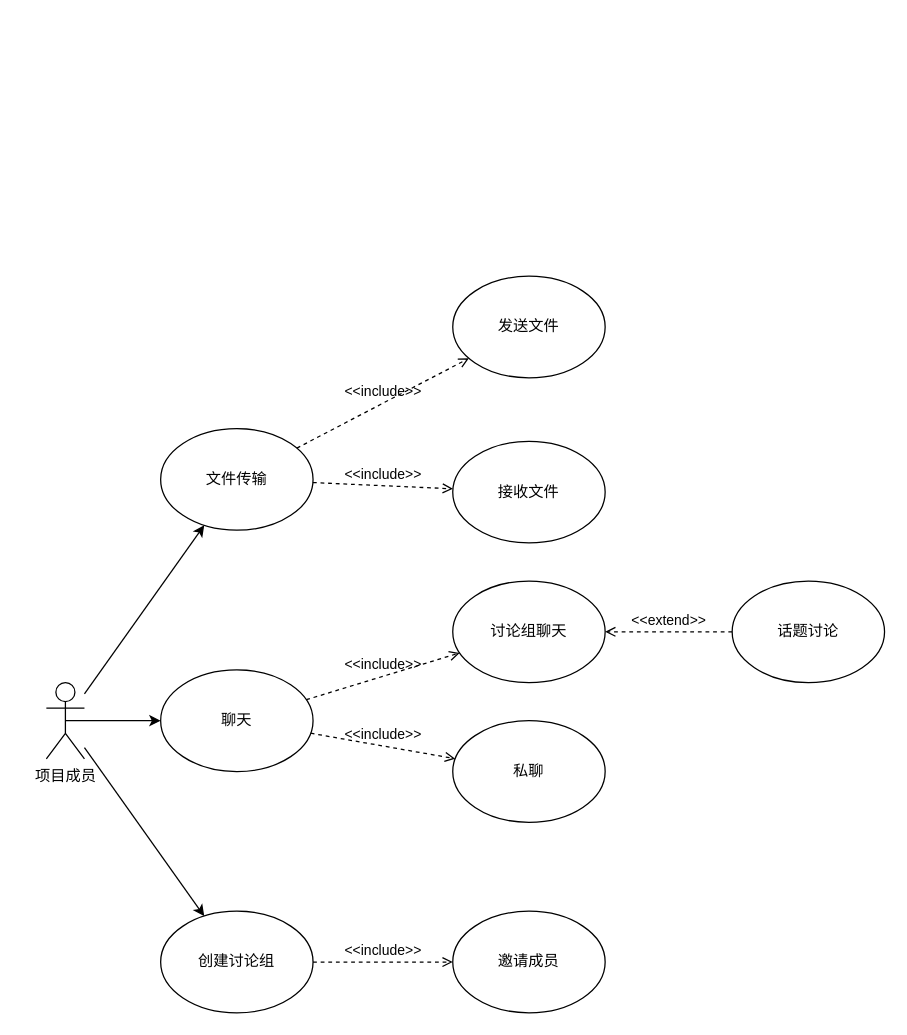
Before: usecase/聊天子系统.drawio in TongjiMicroservice/Documents, a draw.io diagram. Source tidied: cells renumbered, new cells numbered last; positions are measured from the earlier drawing's top-left corner, leaving out a move shared by most shapes. Both pictures are drawn from the tidied source at 127%, with x=0, y=0 at pixel (46, 276).
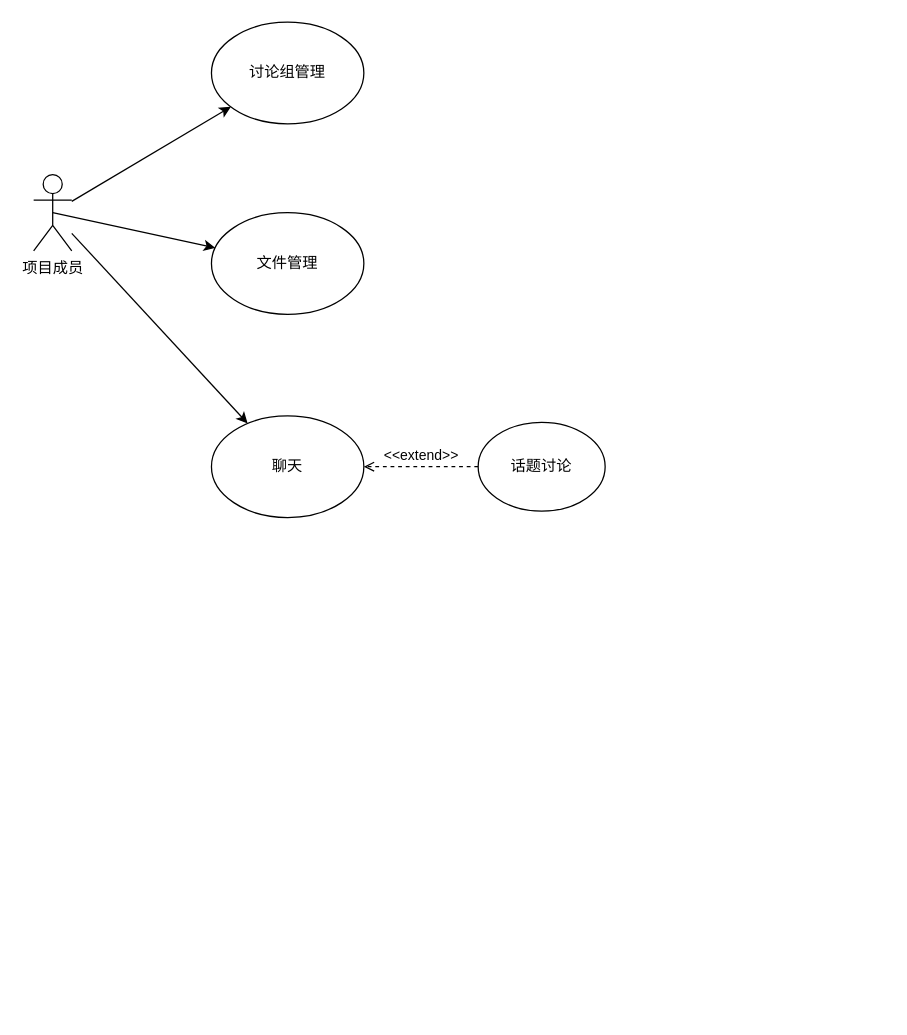
Above is the later version.

What changed in the source:
```diff
@@
     <mxCell id="2" value="项目成员" style="shape=umlActor;verticalLabelPosition=bottom;verticalAlign=top;html=1;outlineConnect=0;" parent="1" vertex="1">
-      <mxGeometry y="320" width="30" height="60" as="geometry" />
+      <mxGeometry x="-10" y="-80" width="30" height="60" as="geometry" />
     </mxCell>
+    <mxCell id="21" value="讨论组管理" style="ellipse;whiteSpace=wrap;html=1;" parent="1" vertex="1">
+      <mxGeometry x="130" y="-200" width="120" height="80" as="geometry" />
+    </mxCell>
+    <mxCell id="22" value="文件管理" style="ellipse;whiteSpace=wrap;html=1;" parent="1" vertex="1">
+      <mxGeometry x="130" y="-50" width="120" height="80" as="geometry" />
+    </mxCell>
     <mxCell id="3" value="聊天" style="ellipse;whiteSpace=wrap;html=1;" parent="1" vertex="1">
-      <mxGeometry x="90" y="310" width="120" height="80" as="geometry" />
+      <mxGeometry x="130" y="110" width="120" height="80" as="geometry" />
     </mxCell>
-    <mxCell id="4" value="讨论组聊天" style="ellipse;whiteSpace=wrap;html=1;" parent="1" vertex="1">
-      <mxGeometry x="320" y="240" width="120" height="80" as="geometry" />
-    </mxCell>
-    <mxCell id="5" value="私聊" style="ellipse;whiteSpace=wrap;html=1;" parent="1" vertex="1">
-      <mxGeometry x="320" y="350" width="120" height="80" as="geometry" />
-    </mxCell>
-    <mxCell id="6" value="&amp;lt;&amp;lt;include&amp;gt;&amp;gt;" style="html=1;verticalAlign=bottom;labelBackgroundColor=none;endArrow=open;endFill=0;dashed=1;rounded=0;" parent="1" edge="1" source="3" target="4">
-      <mxGeometry relative="1" as="geometry" />
-    </mxCell>
-    <mxCell id="7" value="&amp;lt;&amp;lt;include&amp;gt;&amp;gt;" style="html=1;verticalAlign=bottom;labelBackgroundColor=none;endArrow=open;endFill=0;dashed=1;rounded=0;" parent="1" edge="1" source="3" target="5">
-      <mxGeometry relative="1" as="geometry" />
-    </mxCell>
-    <mxCell id="8" style="endArrow=classic;html=1;rounded=0;exitX=0.5;exitY=0.5;exitDx=0;exitDy=0;exitPerimeter=0;" parent="1" edge="1" source="2" target="3">
+    <mxCell id="8" style="endArrow=classic;html=1;rounded=0;" parent="1" edge="1" source="2" target="3">
       <mxGeometry relative="1" as="geometry" />
     </mxCell>
+    <mxCell id="23" style="endArrow=classic;html=1;rounded=0;exitX=0.5;exitY=0.5;exitDx=0;exitDy=0;exitPerimeter=0;" parent="1" edge="1" source="2" target="22">
+      <mxGeometry relative="1" as="geometry" />
+    </mxCell>
+    <mxCell id="24" style="endArrow=classic;html=1;rounded=0;" parent="1" edge="1" source="2" target="21">
+      <mxGeometry relative="1" as="geometry" />
+    </mxCell>
     <mxCell id="9" value="话题讨论" style="ellipse;whiteSpace=wrap;html=1;" parent="1" vertex="1">
-      <mxGeometry x="540" y="240" width="120" height="80" as="geometry" />
+      <mxGeometry x="340" y="115" width="100" height="70" as="geometry" />
     </mxCell>
-    <mxCell id="10" value="&amp;lt;&amp;lt;extend&amp;gt;&amp;gt;" style="html=1;verticalAlign=bottom;labelBackgroundColor=none;endArrow=open;endFill=0;dashed=1;rounded=0;" parent="1" edge="1" source="9" target="4">
+    <mxCell id="10" value="&amp;lt;&amp;lt;extend&amp;gt;&amp;gt;" style="html=1;verticalAlign=bottom;labelBackgroundColor=none;endArrow=open;endFill=0;dashed=1;rounded=0;" parent="1" edge="1" source="9" target="3">
       <mxGeometry relative="1" as="geometry" />
     </mxCell>
-    <mxCell id="11" value="创建讨论组" style="ellipse;whiteSpace=wrap;html=1;" parent="1" vertex="1">
-      <mxGeometry x="90" y="500" width="120" height="80" as="geometry" />
-    </mxCell>
-    <mxCell id="12" style="endArrow=classic;html=1;rounded=0;" parent="1" edge="1" source="2" target="11">
-      <mxGeometry relative="1" as="geometry" />
-    </mxCell>
-    <mxCell id="13" value="邀请成员" style="ellipse;whiteSpace=wrap;html=1;" parent="1" vertex="1">
-      <mxGeometry x="320" y="500" width="120" height="80" as="geometry" />
-    </mxCell>
-    <mxCell id="14" value="&amp;lt;&amp;lt;include&amp;gt;&amp;gt;" style="html=1;verticalAlign=bottom;labelBackgroundColor=none;endArrow=open;endFill=0;dashed=1;rounded=0;" parent="1" edge="1" source="11" target="13">
-      <mxGeometry relative="1" as="geometry" />
-    </mxCell>
-    <mxCell id="15" value="文件传输" style="ellipse;whiteSpace=wrap;html=1;" parent="1" vertex="1">
-      <mxGeometry x="90" y="120" width="120" height="80" as="geometry" />
-    </mxCell>
-    <mxCell id="16" value="接收文件" style="ellipse;whiteSpace=wrap;html=1;" parent="1" vertex="1">
-      <mxGeometry x="320" y="130" width="120" height="80" as="geometry" />
-    </mxCell>
-    <mxCell id="17" value="发送文件" style="ellipse;whiteSpace=wrap;html=1;" parent="1" vertex="1">
-      <mxGeometry x="320" width="120" height="80" as="geometry" />
-    </mxCell>
-    <mxCell id="18" value="&amp;lt;&amp;lt;include&amp;gt;&amp;gt;" style="html=1;verticalAlign=bottom;labelBackgroundColor=none;endArrow=open;endFill=0;dashed=1;rounded=0;" parent="1" edge="1" source="15" target="17">
-      <mxGeometry relative="1" as="geometry" />
-    </mxCell>
-    <mxCell id="19" value="&amp;lt;&amp;lt;include&amp;gt;&amp;gt;" style="html=1;verticalAlign=bottom;labelBackgroundColor=none;endArrow=open;endFill=0;dashed=1;rounded=0;" parent="1" edge="1" source="15" target="16">
-      <mxGeometry relative="1" as="geometry" />
-    </mxCell>
-    <mxCell id="20" style="endArrow=classic;html=1;rounded=0;" parent="1" edge="1" source="2" target="15">
-      <mxGeometry relative="1" as="geometry" />
-    </mxCell>
```
